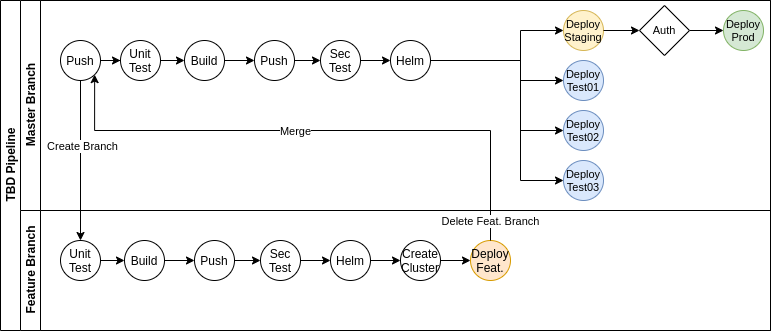
This is tbd-process-v1.png from alexismaior/diagrams, a draw.io export, as it was before one commit. Source tidied: cells renumbered, new cells last; positions are measured from the earlier drawing's top-left corner, leaving out a move shared by most shapes. The source it was exported from:
```xml
<mxGraphModel>
  <root>
    <mxCell id="0" />
    <mxCell id="1" parent="0" />
    <mxCell id="2" value="TBD Pipeline" style="swimlane;html=1;horizontal=0;startSize=20;" parent="1" vertex="1">
      <mxGeometry width="770" height="330" as="geometry" />
    </mxCell>
    <mxCell id="3" value="Master Branch" style="swimlane;html=1;startSize=20;horizontal=0;" parent="2" vertex="1">
      <mxGeometry x="20" width="750" height="210" as="geometry" />
    </mxCell>
    <mxCell id="4" value="Deploy Staging" style="ellipse;whiteSpace=wrap;html=1;fontSize=11;fillColor=#fff2cc;strokeColor=#d6b656;" parent="3" vertex="1">
      <mxGeometry x="543" y="10" width="40" height="40" as="geometry" />
    </mxCell>
    <mxCell id="5" value="Deploy Prod" style="ellipse;whiteSpace=wrap;html=1;fontSize=11;fillColor=#d5e8d4;strokeColor=#82b366;" parent="3" vertex="1">
      <mxGeometry x="703" y="10" width="40" height="40" as="geometry" />
    </mxCell>
    <mxCell id="6" value="Push" style="ellipse;whiteSpace=wrap;html=1;" parent="3" vertex="1">
      <mxGeometry x="234" y="40" width="40" height="40" as="geometry" />
    </mxCell>
    <mxCell id="7" value="Push" style="ellipse;whiteSpace=wrap;html=1;" parent="3" vertex="1">
      <mxGeometry x="40" y="40" width="40" height="40" as="geometry" />
    </mxCell>
    <mxCell id="8" style="edgeStyle=orthogonalEdgeStyle;rounded=0;jettySize=auto;html=1;" parent="3" edge="1" source="15" target="18">
      <mxGeometry relative="1" as="geometry" />
    </mxCell>
    <mxCell id="9" style="edgeStyle=orthogonalEdgeStyle;rounded=0;jettySize=auto;html=1;" parent="3" edge="1" source="7" target="11">
      <mxGeometry relative="1" as="geometry" />
    </mxCell>
    <mxCell id="10" style="edgeStyle=orthogonalEdgeStyle;rounded=0;jettySize=auto;html=1;" parent="3" edge="1" source="11" target="14">
      <mxGeometry relative="1" as="geometry" />
    </mxCell>
    <mxCell id="11" value="Unit Test" style="ellipse;whiteSpace=wrap;html=1;" parent="3" vertex="1">
      <mxGeometry x="100" y="40" width="40" height="40" as="geometry" />
    </mxCell>
    <mxCell id="12" style="edgeStyle=orthogonalEdgeStyle;rounded=0;jettySize=auto;html=1;" parent="3" edge="1" source="14" target="6">
      <mxGeometry relative="1" as="geometry" />
    </mxCell>
    <mxCell id="13" style="edgeStyle=orthogonalEdgeStyle;rounded=0;jettySize=auto;html=1;" parent="3" edge="1" source="6" target="15">
      <mxGeometry relative="1" as="geometry" />
    </mxCell>
    <mxCell id="14" value="Build" style="ellipse;whiteSpace=wrap;html=1;" parent="3" vertex="1">
      <mxGeometry x="164" y="40" width="40" height="40" as="geometry" />
    </mxCell>
    <mxCell id="15" value="Sec Test" style="ellipse;whiteSpace=wrap;html=1;" parent="3" vertex="1">
      <mxGeometry x="300" y="40" width="40" height="40" as="geometry" />
    </mxCell>
    <mxCell id="16" style="edgeStyle=orthogonalEdgeStyle;rounded=0;jettySize=auto;html=1;exitX=1;exitY=0.5;exitDx=0;exitDy=0;entryX=0;entryY=0.5;entryDx=0;entryDy=0;" parent="3" edge="1" source="18" target="22">
      <mxGeometry relative="1" as="geometry">
        <Array as="points">
          <mxPoint x="500" y="60" />
          <mxPoint x="500" y="130" />
        </Array>
      </mxGeometry>
    </mxCell>
    <mxCell id="17" style="edgeStyle=orthogonalEdgeStyle;rounded=0;jettySize=auto;html=1;exitX=1;exitY=0.5;exitDx=0;exitDy=0;entryX=0;entryY=0.5;entryDx=0;entryDy=0;" parent="3" edge="1" source="18" target="23">
      <mxGeometry relative="1" as="geometry">
        <Array as="points">
          <mxPoint x="500" y="60" />
          <mxPoint x="500" y="180" />
        </Array>
      </mxGeometry>
    </mxCell>
    <mxCell id="18" value="Helm" style="ellipse;whiteSpace=wrap;html=1;" parent="3" vertex="1">
      <mxGeometry x="370" y="40" width="40" height="40" as="geometry" />
    </mxCell>
    <mxCell id="19" style="edgeStyle=orthogonalEdgeStyle;rounded=0;jettySize=auto;html=1;" parent="3" edge="1" source="18" target="4">
      <mxGeometry relative="1" as="geometry">
        <Array as="points">
          <mxPoint x="500" y="60" />
          <mxPoint x="500" y="30" />
        </Array>
      </mxGeometry>
    </mxCell>
    <mxCell id="20" style="edgeStyle=orthogonalEdgeStyle;rounded=0;jettySize=auto;html=1;" parent="3" edge="1" source="18" target="21">
      <mxGeometry relative="1" as="geometry">
        <Array as="points">
          <mxPoint x="500" y="60" />
          <mxPoint x="500" y="80" />
        </Array>
      </mxGeometry>
    </mxCell>
    <mxCell id="21" value="Deploy Test01" style="ellipse;whiteSpace=wrap;html=1;fontSize=11;fillColor=#dae8fc;strokeColor=#6c8ebf;" parent="3" vertex="1">
      <mxGeometry x="543" y="60" width="40" height="40" as="geometry" />
    </mxCell>
    <mxCell id="22" value="Deploy Test02" style="ellipse;whiteSpace=wrap;html=1;fontSize=11;fillColor=#dae8fc;strokeColor=#6c8ebf;" parent="3" vertex="1">
      <mxGeometry x="543" y="110" width="40" height="40" as="geometry" />
    </mxCell>
    <mxCell id="23" value="Deploy Test03" style="ellipse;whiteSpace=wrap;html=1;fontSize=11;fillColor=#dae8fc;strokeColor=#6c8ebf;" parent="3" vertex="1">
      <mxGeometry x="543" y="160" width="40" height="40" as="geometry" />
    </mxCell>
    <mxCell id="24" style="edgeStyle=orthogonalEdgeStyle;rounded=0;jettySize=auto;html=1;exitX=1;exitY=0;exitDx=0;exitDy=0;entryX=1;entryY=1;entryDx=0;entryDy=0;fontSize=11;" parent="2" edge="1" source="25" target="3">
      <mxGeometry relative="1" as="geometry" />
    </mxCell>
    <mxCell id="25" value="Feature Branch" style="swimlane;html=1;startSize=20;horizontal=0;" parent="2" vertex="1">
      <mxGeometry x="20" y="210" width="750" height="120" as="geometry" />
    </mxCell>
    <mxCell id="26" value="Deploy Feat." style="ellipse;whiteSpace=wrap;html=1;fillColor=#ffe6cc;strokeColor=#d79b00;" parent="25" vertex="1">
      <mxGeometry x="450" y="30" width="40" height="40" as="geometry" />
    </mxCell>
    <mxCell id="27" value="Create Cluster" style="ellipse;whiteSpace=wrap;html=1;" parent="25" vertex="1">
      <mxGeometry x="380" y="30" width="40" height="40" as="geometry" />
    </mxCell>
    <mxCell id="28" value="Unit Test" style="ellipse;whiteSpace=wrap;html=1;" parent="25" vertex="1">
      <mxGeometry x="40" y="30" width="40" height="40" as="geometry" />
    </mxCell>
    <mxCell id="29" value="Push" style="ellipse;whiteSpace=wrap;html=1;" parent="25" vertex="1">
      <mxGeometry x="174" y="30" width="40" height="40" as="geometry" />
    </mxCell>
    <mxCell id="30" style="edgeStyle=orthogonalEdgeStyle;rounded=0;jettySize=auto;html=1;" parent="25" edge="1" source="35" target="36">
      <mxGeometry relative="1" as="geometry" />
    </mxCell>
    <mxCell id="31" style="edgeStyle=orthogonalEdgeStyle;rounded=0;jettySize=auto;html=1;" parent="25" edge="1" source="28" target="34">
      <mxGeometry relative="1" as="geometry" />
    </mxCell>
    <mxCell id="32" style="edgeStyle=orthogonalEdgeStyle;rounded=0;jettySize=auto;html=1;" parent="25" edge="1" source="34" target="29">
      <mxGeometry relative="1" as="geometry" />
    </mxCell>
    <mxCell id="33" style="edgeStyle=orthogonalEdgeStyle;rounded=0;jettySize=auto;html=1;" parent="25" edge="1" source="29" target="35">
      <mxGeometry relative="1" as="geometry" />
    </mxCell>
    <mxCell id="34" value="Build" style="ellipse;whiteSpace=wrap;html=1;" parent="25" vertex="1">
      <mxGeometry x="104" y="30" width="40" height="40" as="geometry" />
    </mxCell>
    <mxCell id="35" value="Sec Test" style="ellipse;whiteSpace=wrap;html=1;" parent="25" vertex="1">
      <mxGeometry x="240" y="30" width="40" height="40" as="geometry" />
    </mxCell>
    <mxCell id="36" value="Helm" style="ellipse;whiteSpace=wrap;html=1;" parent="25" vertex="1">
      <mxGeometry x="310" y="30" width="40" height="40" as="geometry" />
    </mxCell>
    <mxCell id="37" style="edgeStyle=orthogonalEdgeStyle;rounded=0;jettySize=auto;html=1;fontSize=11;" parent="25" edge="1" source="36" target="27">
      <mxGeometry relative="1" as="geometry" />
    </mxCell>
    <mxCell id="38" style="edgeStyle=orthogonalEdgeStyle;rounded=0;jettySize=auto;html=1;fontSize=11;" parent="25" edge="1" source="27" target="26">
      <mxGeometry relative="1" as="geometry" />
    </mxCell>
    <mxCell id="39" style="edgeStyle=orthogonalEdgeStyle;rounded=0;jettySize=auto;html=1;exitX=0.5;exitY=1;exitDx=0;exitDy=0;entryX=0.5;entryY=0;entryDx=0;entryDy=0;fontSize=11;" parent="2" edge="1" source="7" target="28">
      <mxGeometry relative="1" as="geometry" />
    </mxCell>
    <mxCell id="40" value="Create Branch" style="edgeLabel;html=1;align=center;verticalAlign=middle;fontSize=11;" parent="39" vertex="1">
      <mxGeometry x="-0.19" y="1" relative="1" as="geometry" />
    </mxCell>
    <mxCell id="41" style="edgeStyle=orthogonalEdgeStyle;rounded=0;jettySize=auto;html=1;exitX=0.5;exitY=0;exitDx=0;exitDy=0;entryX=1;entryY=1;entryDx=0;entryDy=0;fontSize=11;" parent="2" edge="1" source="26" target="7">
      <mxGeometry relative="1" as="geometry">
        <Array as="points">
          <mxPoint x="490" y="130" />
          <mxPoint x="94" y="130" />
        </Array>
      </mxGeometry>
    </mxCell>
    <mxCell id="42" value="Merge" style="edgeLabel;html=1;align=center;verticalAlign=middle;fontSize=11;" parent="41" vertex="1">
      <mxGeometry x="-0.86" relative="1" as="geometry">
        <mxPoint x="-196" y="-71" as="offset" />
      </mxGeometry>
    </mxCell>
    <mxCell id="43" value="Delete Feat. Branch" style="edgeLabel;html=1;align=center;verticalAlign=middle;fontSize=11;" parent="41" vertex="1">
      <mxGeometry x="-0.85" y="1" relative="1" as="geometry">
        <mxPoint y="22" as="offset" />
      </mxGeometry>
    </mxCell>
    <mxCell id="44" style="edgeStyle=orthogonalEdgeStyle;rounded=0;jettySize=auto;html=1;exitX=1;exitY=0.5;exitDx=0;exitDy=0;fontSize=11;" parent="1" edge="1" source="45" target="5">
      <mxGeometry relative="1" as="geometry" />
    </mxCell>
    <mxCell id="45" value="Auth" style="rhombus;whiteSpace=wrap;html=1;fontSize=11;verticalAlign=middle;" parent="1" vertex="1">
      <mxGeometry x="639" y="5" width="50" height="50" as="geometry" />
    </mxCell>
    <mxCell id="46" style="edgeStyle=orthogonalEdgeStyle;rounded=0;jettySize=auto;html=1;fontSize=11;" parent="1" edge="1" source="4" target="45">
      <mxGeometry relative="1" as="geometry" />
    </mxCell>
  </root>
</mxGraphModel>
```
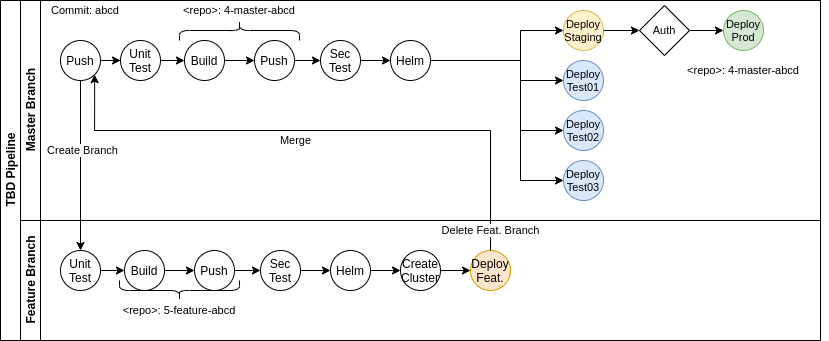
Later version of the same file.

The edit, as a diff of the source:
```diff
@@ -3,10 +3,10 @@
     <mxCell id="0" />
     <mxCell id="1" parent="0" />
     <mxCell id="2" value="TBD Pipeline" style="swimlane;html=1;horizontal=0;startSize=20;" parent="1" vertex="1">
-      <mxGeometry width="770" height="330" as="geometry" />
+      <mxGeometry width="820" height="340" as="geometry" />
     </mxCell>
     <mxCell id="3" value="Master Branch" style="swimlane;html=1;startSize=20;horizontal=0;" parent="2" vertex="1">
-      <mxGeometry x="20" width="750" height="210" as="geometry" />
+      <mxGeometry x="20" width="800" height="220" as="geometry" />
     </mxCell>
     <mxCell id="4" value="Deploy Staging" style="ellipse;whiteSpace=wrap;html=1;fontSize=11;fillColor=#fff2cc;strokeColor=#d6b656;" parent="3" vertex="1">
       <mxGeometry x="543" y="10" width="40" height="40" as="geometry" />
@@ -79,6 +79,9 @@
         </Array>
       </mxGeometry>
     </mxCell>
+    <mxCell id="47" value="&amp;lt;repo&amp;gt;: 4-master-abcd" style="text;html=1;strokeColor=none;fillColor=none;align=center;verticalAlign=middle;whiteSpace=wrap;rounded=0;fontSize=11;" parent="3" vertex="1">
+      <mxGeometry x="658" y="60" width="130" height="20" as="geometry" />
+    </mxCell>
     <mxCell id="21" value="Deploy Test01" style="ellipse;whiteSpace=wrap;html=1;fontSize=11;fillColor=#dae8fc;strokeColor=#6c8ebf;" parent="3" vertex="1">
       <mxGeometry x="543" y="60" width="40" height="40" as="geometry" />
     </mxCell>
@@ -88,11 +91,20 @@
     <mxCell id="23" value="Deploy Test03" style="ellipse;whiteSpace=wrap;html=1;fontSize=11;fillColor=#dae8fc;strokeColor=#6c8ebf;" parent="3" vertex="1">
       <mxGeometry x="543" y="160" width="40" height="40" as="geometry" />
     </mxCell>
+    <mxCell id="48" value="&amp;lt;repo&amp;gt;: 4-master-abcd" style="text;html=1;strokeColor=none;fillColor=none;align=center;verticalAlign=middle;whiteSpace=wrap;rounded=0;fontSize=11;" parent="3" vertex="1">
+      <mxGeometry x="154" width="130" height="20" as="geometry" />
+    </mxCell>
+    <mxCell id="49" value="Commit: abcd" style="text;html=1;strokeColor=none;fillColor=none;align=center;verticalAlign=middle;whiteSpace=wrap;rounded=0;fontSize=11;" parent="3" vertex="1">
+      <mxGeometry x="20" width="90" height="20" as="geometry" />
+    </mxCell>
+    <mxCell id="50" style="shape=curlyBracket;whiteSpace=wrap;html=1;rounded=1;fillColor=#66B2FF;fontSize=11;rotation=90;" parent="3" vertex="1">
+      <mxGeometry x="209" y="-30" width="20" height="120" as="geometry" />
+    </mxCell>
     <mxCell id="24" style="edgeStyle=orthogonalEdgeStyle;rounded=0;jettySize=auto;html=1;exitX=1;exitY=0;exitDx=0;exitDy=0;entryX=1;entryY=1;entryDx=0;entryDy=0;fontSize=11;" parent="2" edge="1" source="25" target="3">
       <mxGeometry relative="1" as="geometry" />
     </mxCell>
     <mxCell id="25" value="Feature Branch" style="swimlane;html=1;startSize=20;horizontal=0;" parent="2" vertex="1">
-      <mxGeometry x="20" y="210" width="750" height="120" as="geometry" />
+      <mxGeometry x="20" y="220" width="800" height="120" as="geometry" />
     </mxCell>
     <mxCell id="26" value="Deploy Feat." style="ellipse;whiteSpace=wrap;html=1;fillColor=#ffe6cc;strokeColor=#d79b00;" parent="25" vertex="1">
       <mxGeometry x="450" y="30" width="40" height="40" as="geometry" />
@@ -166,5 +178,11 @@
     <mxCell id="46" style="edgeStyle=orthogonalEdgeStyle;rounded=0;jettySize=auto;html=1;fontSize=11;" parent="1" edge="1" source="4" target="45">
       <mxGeometry relative="1" as="geometry" />
     </mxCell>
+    <mxCell id="51" style="shape=curlyBracket;whiteSpace=wrap;html=1;rounded=1;fillColor=#66B2FF;fontSize=11;rotation=-90;" parent="1" vertex="1">
+      <mxGeometry x="169" y="230" width="20" height="120" as="geometry" />
+    </mxCell>
+    <mxCell id="52" value="&amp;lt;repo&amp;gt;: 5-feature-abcd" style="text;html=1;strokeColor=none;fillColor=none;align=center;verticalAlign=middle;whiteSpace=wrap;rounded=0;fontSize=11;" parent="1" vertex="1">
+      <mxGeometry x="114" y="300" width="130" height="20" as="geometry" />
+    </mxCell>
   </root>
 </mxGraphModel>
```
